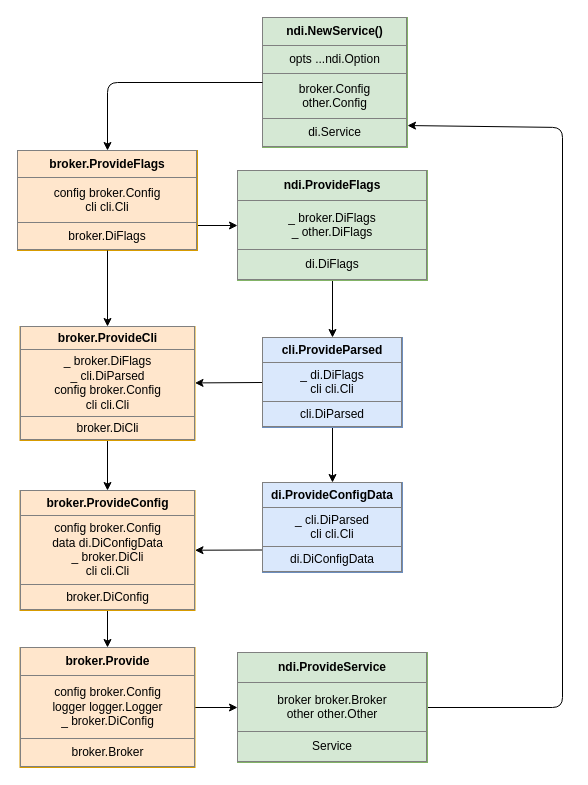
Earlier version of the draw.io diagram docs/wire/new_wire_di.dio (jochumdev/microwire). Source tidied: cells renumbered, new cells numbered last; positions are measured from the earlier drawing's top-left corner, leaving out a move shared by most shapes. Both pictures are drawn from the tidied source at 100%, with x=0, y=0 at pixel (17, 17).
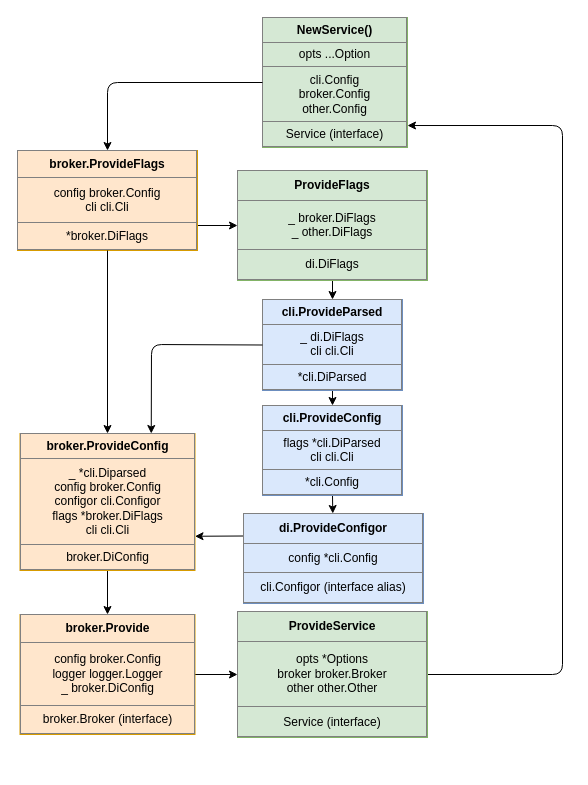
Above is the later version.

The edit, as a diff of the source:
```diff
@@
-    <mxCell id="2" value="&lt;table border=&quot;1&quot; width=&quot;100%&quot; height=&quot;100%&quot; cellpadding=&quot;4&quot; style=&quot;width: 100%; height: 100%; border-collapse: collapse;&quot;&gt;&lt;tbody&gt;&lt;tr&gt;&lt;th align=&quot;center&quot;&gt;&lt;b&gt;ndi.NewService()&lt;/b&gt;&lt;/th&gt;&lt;/tr&gt;&lt;tr&gt;&lt;td align=&quot;center&quot;&gt;opts ...ndi.Option&lt;/td&gt;&lt;/tr&gt;&lt;tr&gt;&lt;td align=&quot;center&quot;&gt;broker.Config&lt;br&gt;other.Config&lt;/td&gt;&lt;/tr&gt;&lt;tr&gt;&lt;td style=&quot;text-align: center;&quot;&gt;di.Service&lt;/td&gt;&lt;/tr&gt;&lt;/tbody&gt;&lt;/table&gt;" style="text;html=1;strokeColor=#82b366;fillColor=#d5e8d4;overflow=fill;" parent="1" vertex="1">
+    <mxCell id="2" value="&lt;table border=&quot;1&quot; width=&quot;100%&quot; height=&quot;100%&quot; cellpadding=&quot;4&quot; style=&quot;width: 100%; height: 100%; border-collapse: collapse;&quot;&gt;&lt;tbody&gt;&lt;tr&gt;&lt;th align=&quot;center&quot;&gt;&lt;b&gt;NewService()&lt;/b&gt;&lt;/th&gt;&lt;/tr&gt;&lt;tr&gt;&lt;td align=&quot;center&quot;&gt;opts ...Option&lt;/td&gt;&lt;/tr&gt;&lt;tr&gt;&lt;td align=&quot;center&quot;&gt;cli.Config&lt;br&gt;broker.Config&lt;br&gt;other.Config&lt;/td&gt;&lt;/tr&gt;&lt;tr&gt;&lt;td style=&quot;text-align: center;&quot;&gt;Service (interface)&lt;/td&gt;&lt;/tr&gt;&lt;/tbody&gt;&lt;/table&gt;" style="text;html=1;strokeColor=#82b366;fillColor=#d5e8d4;overflow=fill;" parent="1" vertex="1">
       <mxGeometry x="245" width="145" height="130" as="geometry" />
     </mxCell>
-    <mxCell id="3" style="edgeStyle=none;html=1;exitX=0.5;exitY=1;exitDx=0;exitDy=0;" parent="1" edge="1" source="5" target="18">
-      <mxGeometry relative="1" as="geometry" />
-    </mxCell>
-    <mxCell id="4" style="edgeStyle=none;html=1;exitX=0;exitY=0.5;exitDx=0;exitDy=0;" parent="1" edge="1" source="5" target="9">
-      <mxGeometry relative="1" as="geometry" />
-    </mxCell>
+    <mxCell id="22" style="edgeStyle=none;html=1;exitX=0.5;exitY=1;exitDx=0;exitDy=0;entryX=0.5;entryY=0;entryDx=0;entryDy=0;" parent="1" edge="1" source="5" target="26">
+      <mxGeometry relative="1" as="geometry" />
+    </mxCell>
-    <mxCell id="5" value="&lt;table border=&quot;1&quot; width=&quot;100%&quot; height=&quot;100%&quot; cellpadding=&quot;4&quot; style=&quot;width: 100%; height: 100%; border-collapse: collapse;&quot;&gt;&lt;tbody&gt;&lt;tr&gt;&lt;th align=&quot;center&quot;&gt;cli.ProvideParsed&lt;/th&gt;&lt;/tr&gt;&lt;tr&gt;&lt;td align=&quot;center&quot;&gt;_ di.DiFlags&lt;br&gt;cli cli.Cli&lt;br&gt;&lt;/td&gt;&lt;/tr&gt;&lt;tr&gt;&lt;td align=&quot;center&quot;&gt;cli.DiParsed&lt;br&gt;&lt;/td&gt;&lt;/tr&gt;&lt;/tbody&gt;&lt;/table&gt;" style="text;html=1;strokeColor=#6c8ebf;fillColor=#dae8fc;overflow=fill;" parent="1" vertex="1">
-      <mxGeometry x="245" y="320" width="140" height="90" as="geometry" />
+    <mxCell id="5" value="&lt;table border=&quot;1&quot; width=&quot;100%&quot; height=&quot;100%&quot; cellpadding=&quot;4&quot; style=&quot;width: 100%; height: 100%; border-collapse: collapse;&quot;&gt;&lt;tbody&gt;&lt;tr&gt;&lt;th align=&quot;center&quot;&gt;cli.ProvideParsed&lt;/th&gt;&lt;/tr&gt;&lt;tr&gt;&lt;td align=&quot;center&quot;&gt;_ di.DiFlags&lt;br&gt;cli cli.Cli&lt;br&gt;&lt;/td&gt;&lt;/tr&gt;&lt;tr&gt;&lt;td align=&quot;center&quot;&gt;*cli.DiParsed&lt;br&gt;&lt;/td&gt;&lt;/tr&gt;&lt;/tbody&gt;&lt;/table&gt;" style="text;html=1;strokeColor=#6c8ebf;fillColor=#dae8fc;overflow=fill;" parent="1" vertex="1">
+      <mxGeometry x="245" y="282" width="140" height="91" as="geometry" />
     </mxCell>
     <mxCell id="6" style="edgeStyle=none;html=1;entryX=1;entryY=0.831;entryDx=0;entryDy=0;entryPerimeter=0;" parent="1" edge="1" source="7" target="2">
       <mxGeometry relative="1" as="geometry">
         <Array as="points">
-          <mxPoint x="545" y="690" />
-          <mxPoint x="545" y="110" />
+          <mxPoint x="545" y="657" />
+          <mxPoint x="545" y="108" />
         </Array>
       </mxGeometry>
     </mxCell>
-    <mxCell id="7" value="&lt;table border=&quot;1&quot; width=&quot;100%&quot; height=&quot;100%&quot; cellpadding=&quot;4&quot; style=&quot;width: 100%; height: 100%; border-collapse: collapse;&quot;&gt;&lt;tbody&gt;&lt;tr&gt;&lt;th align=&quot;center&quot;&gt;ndi.ProvideService&lt;/th&gt;&lt;/tr&gt;&lt;tr&gt;&lt;td align=&quot;center&quot;&gt;broker broker.Broker&lt;br&gt;other other.Other&lt;br&gt;&lt;/td&gt;&lt;/tr&gt;&lt;tr&gt;&lt;td align=&quot;center&quot;&gt;Service&lt;br&gt;&lt;/td&gt;&lt;/tr&gt;&lt;/tbody&gt;&lt;/table&gt;" style="text;html=1;strokeColor=#82b366;fillColor=#d5e8d4;overflow=fill;" parent="1" vertex="1">
-      <mxGeometry x="220" y="635" width="190" height="110" as="geometry" />
+    <mxCell id="7" value="&lt;table border=&quot;1&quot; width=&quot;100%&quot; height=&quot;100%&quot; cellpadding=&quot;4&quot; style=&quot;width: 100%; height: 100%; border-collapse: collapse;&quot;&gt;&lt;tbody&gt;&lt;tr&gt;&lt;th align=&quot;center&quot;&gt;ProvideService&lt;/th&gt;&lt;/tr&gt;&lt;tr&gt;&lt;td align=&quot;center&quot;&gt;opts *Options&lt;br&gt;broker broker.Broker&lt;br&gt;other other.Other&lt;br&gt;&lt;/td&gt;&lt;/tr&gt;&lt;tr&gt;&lt;td align=&quot;center&quot;&gt;Service (interface)&lt;br&gt;&lt;/td&gt;&lt;/tr&gt;&lt;/tbody&gt;&lt;/table&gt;" style="text;html=1;strokeColor=#82b366;fillColor=#d5e8d4;overflow=fill;" parent="1" vertex="1">
+      <mxGeometry x="220" y="594" width="190" height="126" as="geometry" />
     </mxCell>
-    <mxCell id="8" style="edgeStyle=none;html=1;exitX=0.5;exitY=1;exitDx=0;exitDy=0;entryX=0.5;entryY=0;entryDx=0;entryDy=0;startArrow=none;startFill=0;endArrow=classic;endFill=1;" parent="1" edge="1" source="9" target="15">
-      <mxGeometry relative="1" as="geometry" />
-    </mxCell>
-    <mxCell id="9" value="&lt;table border=&quot;1&quot; width=&quot;100%&quot; height=&quot;100%&quot; cellpadding=&quot;4&quot; style=&quot;width: 100%; height: 100%; border-collapse: collapse;&quot;&gt;&lt;tbody&gt;&lt;tr&gt;&lt;th align=&quot;center&quot;&gt;broker.ProvideCli&lt;/th&gt;&lt;/tr&gt;&lt;tr&gt;&lt;td align=&quot;center&quot;&gt;_ broker.DiFlags&lt;br&gt;_ cli.DiParsed&lt;br&gt;config broker.Config&lt;br&gt;cli cli.Cli&lt;/td&gt;&lt;/tr&gt;&lt;tr&gt;&lt;td align=&quot;center&quot;&gt;broker.DiCli&lt;br&gt;&lt;/td&gt;&lt;/tr&gt;&lt;/tbody&gt;&lt;/table&gt;" style="text;html=1;strokeColor=#d79b00;fillColor=#ffe6cc;overflow=fill;" parent="1" vertex="1">
-      <mxGeometry x="2.5" y="309" width="175" height="114" as="geometry" />
-    </mxCell>
@@
-    <mxCell id="11" value="&lt;table border=&quot;1&quot; width=&quot;100%&quot; height=&quot;100%&quot; cellpadding=&quot;4&quot; style=&quot;width: 100%; height: 100%; border-collapse: collapse;&quot;&gt;&lt;tbody&gt;&lt;tr&gt;&lt;th align=&quot;center&quot;&gt;broker.ProvideFlags&lt;/th&gt;&lt;/tr&gt;&lt;tr&gt;&lt;td align=&quot;center&quot;&gt;config broker.Config&lt;br&gt;cli cli.Cli&lt;/td&gt;&lt;/tr&gt;&lt;tr&gt;&lt;td align=&quot;center&quot;&gt;broker.DiFlags&lt;br&gt;&lt;/td&gt;&lt;/tr&gt;&lt;/tbody&gt;&lt;/table&gt;" style="text;html=1;strokeColor=#d79b00;fillColor=#ffe6cc;overflow=fill;" parent="1" vertex="1">
+    <mxCell id="11" value="&lt;table border=&quot;1&quot; width=&quot;100%&quot; height=&quot;100%&quot; cellpadding=&quot;4&quot; style=&quot;width: 100%; height: 100%; border-collapse: collapse;&quot;&gt;&lt;tbody&gt;&lt;tr&gt;&lt;th align=&quot;center&quot;&gt;broker.ProvideFlags&lt;/th&gt;&lt;/tr&gt;&lt;tr&gt;&lt;td align=&quot;center&quot;&gt;config broker.Config&lt;br&gt;cli cli.Cli&lt;/td&gt;&lt;/tr&gt;&lt;tr&gt;&lt;td align=&quot;center&quot;&gt;*broker.DiFlags&lt;br&gt;&lt;/td&gt;&lt;/tr&gt;&lt;/tbody&gt;&lt;/table&gt;" style="text;html=1;strokeColor=#d79b00;fillColor=#ffe6cc;overflow=fill;" parent="1" vertex="1">
       <mxGeometry y="133" width="180" height="100" as="geometry" />
     </mxCell>
@@
-    <mxCell id="13" value="&lt;table border=&quot;1&quot; width=&quot;100%&quot; height=&quot;100%&quot; cellpadding=&quot;4&quot; style=&quot;width: 100%; height: 100%; border-collapse: collapse;&quot;&gt;&lt;tbody&gt;&lt;tr&gt;&lt;th align=&quot;center&quot;&gt;ndi.ProvideFlags&lt;/th&gt;&lt;/tr&gt;&lt;tr&gt;&lt;td align=&quot;center&quot;&gt;_ broker.DiFlags&lt;br&gt;_ other.DiFlags&lt;/td&gt;&lt;/tr&gt;&lt;tr&gt;&lt;td align=&quot;center&quot;&gt;di.DiFlags&lt;br&gt;&lt;/td&gt;&lt;/tr&gt;&lt;/tbody&gt;&lt;/table&gt;" style="text;html=1;strokeColor=#82b366;fillColor=#d5e8d4;overflow=fill;" parent="1" vertex="1">
+    <mxCell id="13" value="&lt;table border=&quot;1&quot; width=&quot;100%&quot; height=&quot;100%&quot; cellpadding=&quot;4&quot; style=&quot;width: 100%; height: 100%; border-collapse: collapse;&quot;&gt;&lt;tbody&gt;&lt;tr&gt;&lt;th align=&quot;center&quot;&gt;ProvideFlags&lt;/th&gt;&lt;/tr&gt;&lt;tr&gt;&lt;td align=&quot;center&quot;&gt;_ broker.DiFlags&lt;br&gt;_ other.DiFlags&lt;/td&gt;&lt;/tr&gt;&lt;tr&gt;&lt;td align=&quot;center&quot;&gt;di.DiFlags&lt;br&gt;&lt;/td&gt;&lt;/tr&gt;&lt;/tbody&gt;&lt;/table&gt;" style="text;html=1;strokeColor=#82b366;fillColor=#d5e8d4;overflow=fill;" parent="1" vertex="1">
       <mxGeometry x="220" y="153" width="190" height="110" as="geometry" />
     </mxCell>
@@
+    <mxCell id="23" style="edgeStyle=none;html=1;exitX=0.75;exitY=0;exitDx=0;exitDy=0;entryX=0;entryY=0.5;entryDx=0;entryDy=0;startArrow=classic;startFill=1;endArrow=none;endFill=0;" parent="1" edge="1" source="15" target="5">
+      <mxGeometry relative="1" as="geometry">
+        <Array as="points">
+          <mxPoint x="134" y="327" />
+        </Array>
+      </mxGeometry>
+    </mxCell>
+    <mxCell id="24" style="edgeStyle=none;html=1;exitX=0.5;exitY=0;exitDx=0;exitDy=0;entryX=0.5;entryY=1;entryDx=0;entryDy=0;startArrow=classic;startFill=1;endArrow=none;endFill=0;" parent="1" edge="1" source="15" target="11">
+      <mxGeometry relative="1" as="geometry" />
+    </mxCell>
-    <mxCell id="15" value="&lt;table border=&quot;1&quot; width=&quot;100%&quot; height=&quot;100%&quot; cellpadding=&quot;4&quot; style=&quot;width: 100%; height: 100%; border-collapse: collapse;&quot;&gt;&lt;tbody&gt;&lt;tr&gt;&lt;th align=&quot;center&quot;&gt;broker.ProvideConfig&lt;/th&gt;&lt;/tr&gt;&lt;tr&gt;&lt;td align=&quot;center&quot;&gt;config broker.Config&lt;br&gt;data di.DiConfigData&lt;br&gt;_ broker.DiCli&lt;br&gt;cli cli.Cli&lt;/td&gt;&lt;/tr&gt;&lt;tr&gt;&lt;td align=&quot;center&quot;&gt;broker.DiConfig&lt;br&gt;&lt;/td&gt;&lt;/tr&gt;&lt;/tbody&gt;&lt;/table&gt;" style="text;html=1;strokeColor=#d79b00;fillColor=#ffe6cc;overflow=fill;" parent="1" vertex="1">
-      <mxGeometry x="2.5" y="473" width="175" height="120" as="geometry" />
+    <mxCell id="15" value="&lt;table border=&quot;1&quot; width=&quot;100%&quot; height=&quot;100%&quot; cellpadding=&quot;4&quot; style=&quot;width: 100%; height: 100%; border-collapse: collapse;&quot;&gt;&lt;tbody&gt;&lt;tr&gt;&lt;th align=&quot;center&quot;&gt;broker.ProvideConfig&lt;/th&gt;&lt;/tr&gt;&lt;tr&gt;&lt;td align=&quot;center&quot;&gt;_ *cli.Diparsed&lt;br&gt;config broker.Config&lt;br&gt;configor cli.Configor&lt;br&gt;flags *broker.DiFlags&lt;br&gt;cli cli.Cli&lt;/td&gt;&lt;/tr&gt;&lt;tr&gt;&lt;td align=&quot;center&quot;&gt;broker.DiConfig&lt;br&gt;&lt;/td&gt;&lt;/tr&gt;&lt;/tbody&gt;&lt;/table&gt;" style="text;html=1;strokeColor=#d79b00;fillColor=#ffe6cc;overflow=fill;" parent="1" vertex="1">
+      <mxGeometry x="2.5" y="416" width="175" height="137" as="geometry" />
     </mxCell>
-    <mxCell id="16" style="edgeStyle=none;html=1;entryX=0.5;entryY=0;entryDx=0;entryDy=0;" parent="1" edge="1" source="11" target="9">
-      <mxGeometry relative="1" as="geometry" />
-    </mxCell>
-    <mxCell id="17" style="edgeStyle=none;html=1;exitX=0;exitY=0.75;exitDx=0;exitDy=0;" parent="1" edge="1" source="18" target="15">
+    <mxCell id="17" style="edgeStyle=none;html=1;exitX=0;exitY=0.25;exitDx=0;exitDy=0;entryX=1;entryY=0.75;entryDx=0;entryDy=0;" parent="1" edge="1" source="18" target="15">
       <mxGeometry relative="1" as="geometry" />
     </mxCell>
-    <mxCell id="18" value="&lt;table border=&quot;1&quot; width=&quot;100%&quot; height=&quot;100%&quot; cellpadding=&quot;4&quot; style=&quot;width: 100%; height: 100%; border-collapse: collapse;&quot;&gt;&lt;tbody&gt;&lt;tr&gt;&lt;th align=&quot;center&quot;&gt;di.ProvideConfigData&lt;/th&gt;&lt;/tr&gt;&lt;tr&gt;&lt;td align=&quot;center&quot;&gt;_ cli.DiParsed&lt;br&gt;cli cli.Cli&lt;br&gt;&lt;/td&gt;&lt;/tr&gt;&lt;tr&gt;&lt;td align=&quot;center&quot;&gt;di.DiConfigData&lt;/td&gt;&lt;/tr&gt;&lt;/tbody&gt;&lt;/table&gt;" style="text;html=1;strokeColor=#6c8ebf;fillColor=#dae8fc;overflow=fill;" parent="1" vertex="1">
-      <mxGeometry x="245" y="465" width="140" height="90" as="geometry" />
+    <mxCell id="18" value="&lt;table border=&quot;1&quot; width=&quot;100%&quot; height=&quot;100%&quot; cellpadding=&quot;4&quot; style=&quot;width: 100%; height: 100%; border-collapse: collapse;&quot;&gt;&lt;tbody&gt;&lt;tr&gt;&lt;th align=&quot;center&quot;&gt;di.ProvideConfigor&lt;/th&gt;&lt;/tr&gt;&lt;tr&gt;&lt;td align=&quot;center&quot;&gt;config *cli.Config&lt;br&gt;&lt;/td&gt;&lt;/tr&gt;&lt;tr&gt;&lt;td align=&quot;center&quot;&gt;cli.Configor (interface alias)&lt;/td&gt;&lt;/tr&gt;&lt;/tbody&gt;&lt;/table&gt;" style="text;html=1;strokeColor=#6c8ebf;fillColor=#dae8fc;overflow=fill;" parent="1" vertex="1">
+      <mxGeometry x="226" y="496" width="180" height="90" as="geometry" />
     </mxCell>
@@
-    <mxCell id="21" value="&lt;table border=&quot;1&quot; width=&quot;100%&quot; height=&quot;100%&quot; cellpadding=&quot;4&quot; style=&quot;width: 100%; height: 100%; border-collapse: collapse;&quot;&gt;&lt;tbody&gt;&lt;tr&gt;&lt;th align=&quot;center&quot;&gt;broker.Provide&lt;/th&gt;&lt;/tr&gt;&lt;tr&gt;&lt;td align=&quot;center&quot;&gt;config broker.Config&lt;br&gt;logger logger.Logger&lt;br&gt;_ broker.DiConfig&lt;br&gt;&lt;/td&gt;&lt;/tr&gt;&lt;tr&gt;&lt;td align=&quot;center&quot;&gt;broker.Broker&lt;br&gt;&lt;/td&gt;&lt;/tr&gt;&lt;/tbody&gt;&lt;/table&gt;" style="text;html=1;strokeColor=#d79b00;fillColor=#ffe6cc;overflow=fill;" parent="1" vertex="1">
-      <mxGeometry x="2.5" y="630" width="175" height="120" as="geometry" />
+    <mxCell id="21" value="&lt;table border=&quot;1&quot; width=&quot;100%&quot; height=&quot;100%&quot; cellpadding=&quot;4&quot; style=&quot;width: 100%; height: 100%; border-collapse: collapse;&quot;&gt;&lt;tbody&gt;&lt;tr&gt;&lt;th align=&quot;center&quot;&gt;broker.Provide&lt;/th&gt;&lt;/tr&gt;&lt;tr&gt;&lt;td align=&quot;center&quot;&gt;config broker.Config&lt;br&gt;logger logger.Logger&lt;br&gt;_ broker.DiConfig&lt;br&gt;&lt;/td&gt;&lt;/tr&gt;&lt;tr&gt;&lt;td align=&quot;center&quot;&gt;broker.Broker (interface)&lt;br&gt;&lt;/td&gt;&lt;/tr&gt;&lt;/tbody&gt;&lt;/table&gt;" style="text;html=1;strokeColor=#d79b00;fillColor=#ffe6cc;overflow=fill;" parent="1" vertex="1">
+      <mxGeometry x="2.5" y="597" width="175" height="120" as="geometry" />
     </mxCell>
+    <mxCell id="25" style="edgeStyle=none;html=1;exitX=0.5;exitY=1;exitDx=0;exitDy=0;" parent="1" edge="1" source="26" target="18">
+      <mxGeometry relative="1" as="geometry" />
+    </mxCell>
+    <mxCell id="26" value="&lt;table border=&quot;1&quot; width=&quot;100%&quot; height=&quot;100%&quot; cellpadding=&quot;4&quot; style=&quot;width: 100%; height: 100%; border-collapse: collapse;&quot;&gt;&lt;tbody&gt;&lt;tr&gt;&lt;th align=&quot;center&quot;&gt;cli.ProvideConfig&lt;/th&gt;&lt;/tr&gt;&lt;tr&gt;&lt;td align=&quot;center&quot;&gt;flags *cli.DiParsed&lt;br&gt;cli cli.Cli&lt;br&gt;&lt;/td&gt;&lt;/tr&gt;&lt;tr&gt;&lt;td align=&quot;center&quot;&gt;*cli.Config&lt;br&gt;&lt;/td&gt;&lt;/tr&gt;&lt;/tbody&gt;&lt;/table&gt;" style="text;html=1;strokeColor=#6c8ebf;fillColor=#dae8fc;overflow=fill;" parent="1" vertex="1">
+      <mxGeometry x="245" y="388" width="140" height="90" as="geometry" />
+    </mxCell>
```
